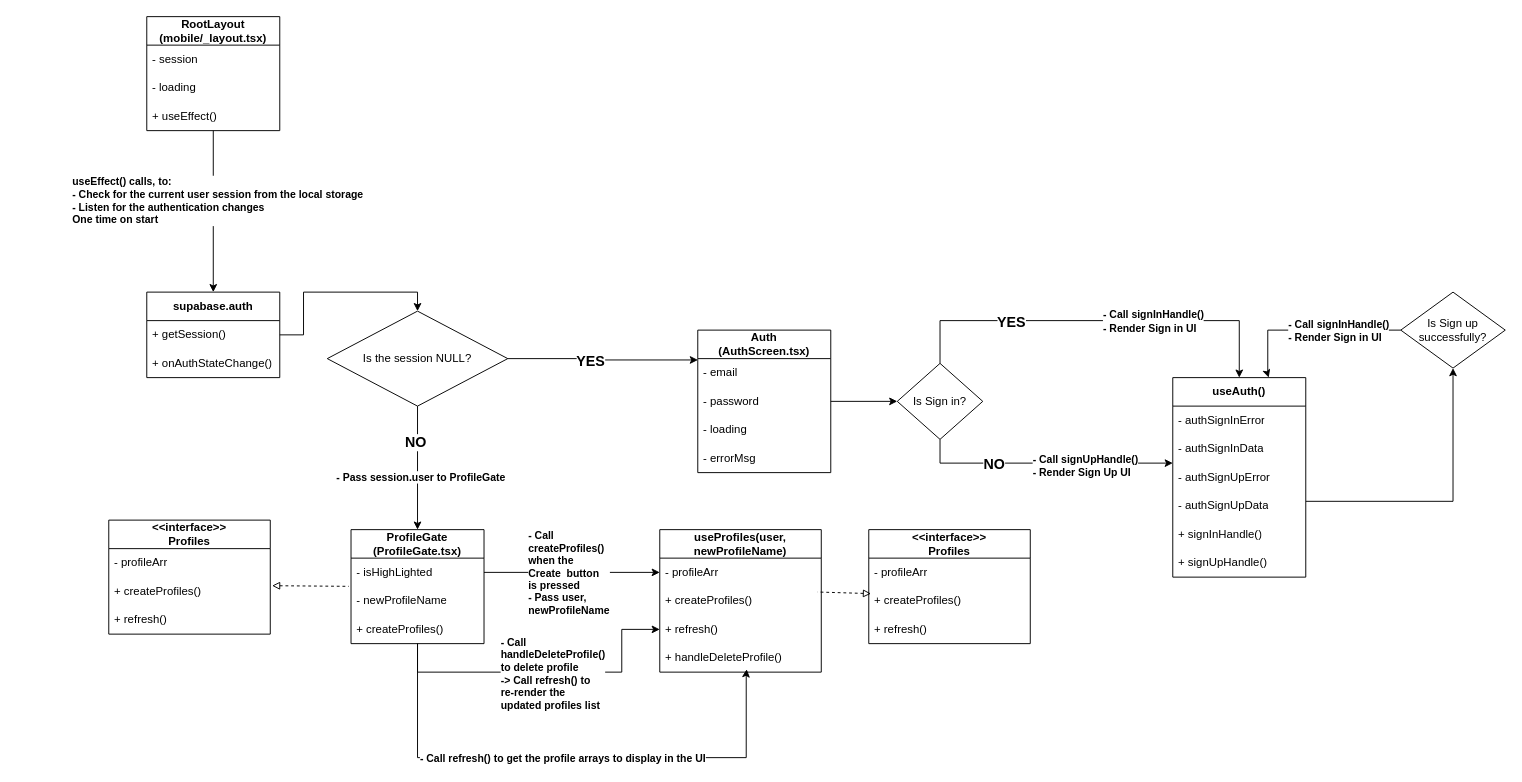
khanhsaan/SharedTimer_v1 keeps this draw.io diagram as page "UML Class Diagram" (1 of 2) of Class_Diagram_Web.drawio. Above is the earlier version. Source tidied: cells renumbered, new cells numbered last; positions are measured from the earlier drawing's top-left corner, leaving out a move shared by most shapes. Both pictures are drawn from the tidied source at 95%, with x=0, y=0 at pixel (108, 16).
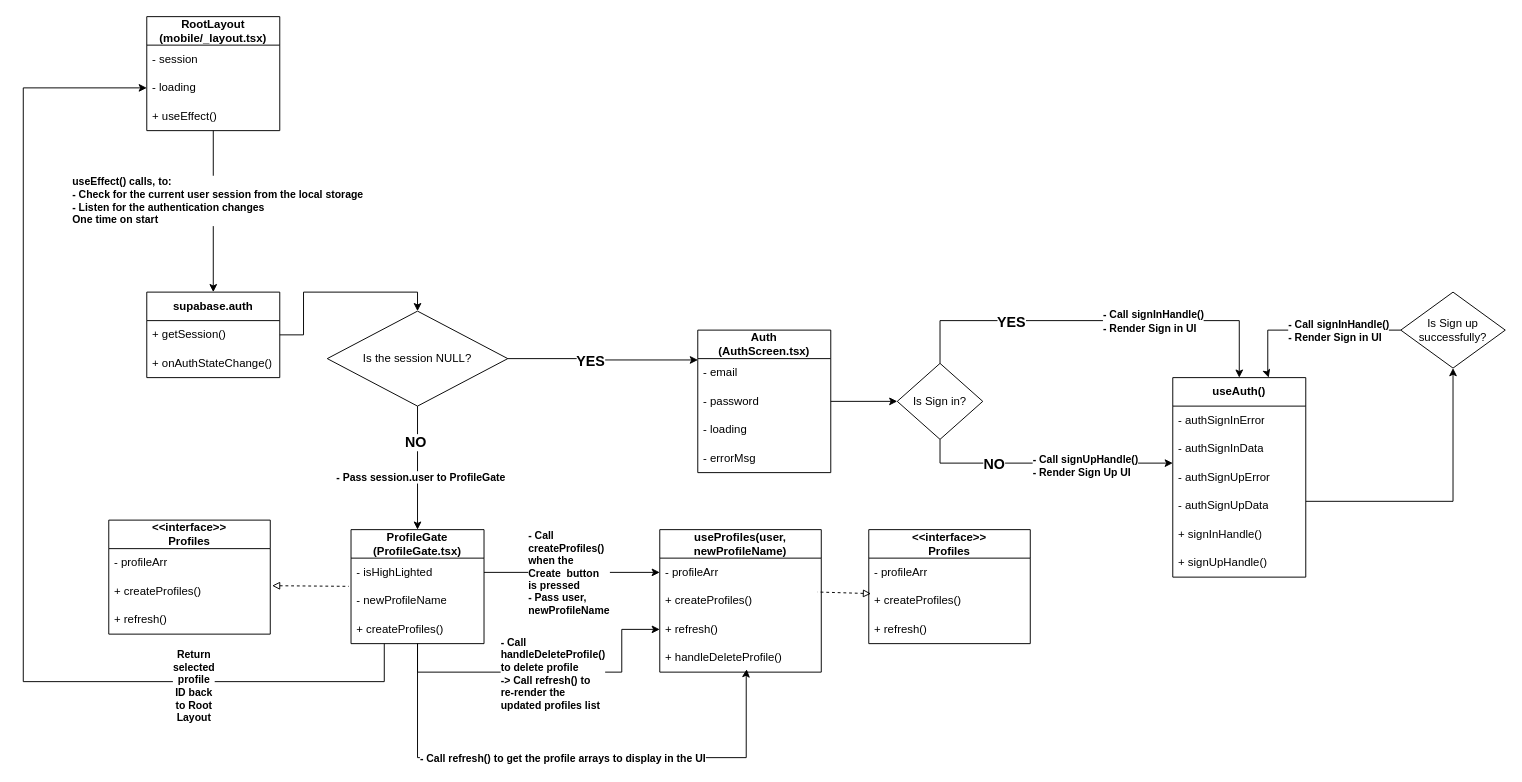
The same diagram, later.

Commit message (it also covers changes not shown here):
Return profile ID from ProfileGate to RootLayout

The change refers to these unchanged cells:
```xml
<mxCell id="6" value="- loading" style="text;strokeColor=none;fillColor=none;align=left;verticalAlign=middle;spacingLeft=4;spacingRight=4;overflow=hidden;points=[[0,0.5],[1,0.5]];portConstraint=eastwest;whiteSpace=wrap;html=1;" parent="4" vertex="1">
  <mxGeometry y="60" width="140" height="30" as="geometry" />
</mxCell>
<mxCell id="38" value="ProfileGate&lt;div&gt;(ProfileGate.tsx)&lt;/div&gt;" style="swimlane;fontStyle=1;horizontal=1;startSize=30;whiteSpace=wrap;html=1;" parent="1" vertex="1">
  <mxGeometry x="255" y="540" width="140" height="120" as="geometry" />
</mxCell>
```

Change to the diagram source:
```diff
@@
+    <mxCell id="67" style="edgeStyle=orthogonalEdgeStyle;rounded=0;jettySize=auto;html=1;entryX=0;entryY=0.5;entryDx=0;entryDy=0;" parent="1" edge="1" source="38" target="6">
+      <mxGeometry relative="1" as="geometry">
+        <Array as="points">
+          <mxPoint x="290" y="700" />
+          <mxPoint x="-90" y="700" />
+          <mxPoint x="-90" y="75" />
+        </Array>
+      </mxGeometry>
+    </mxCell>
+    <mxCell id="68" value="&lt;b&gt;Return selected profile ID back to Root Layout&lt;/b&gt;" style="edgeLabel;html=1;align=center;verticalAlign=middle;whiteSpace=wrap;" parent="67" vertex="1">
+      <mxGeometry x="-0.59" y="4" relative="1" as="geometry" />
+    </mxCell>
```
